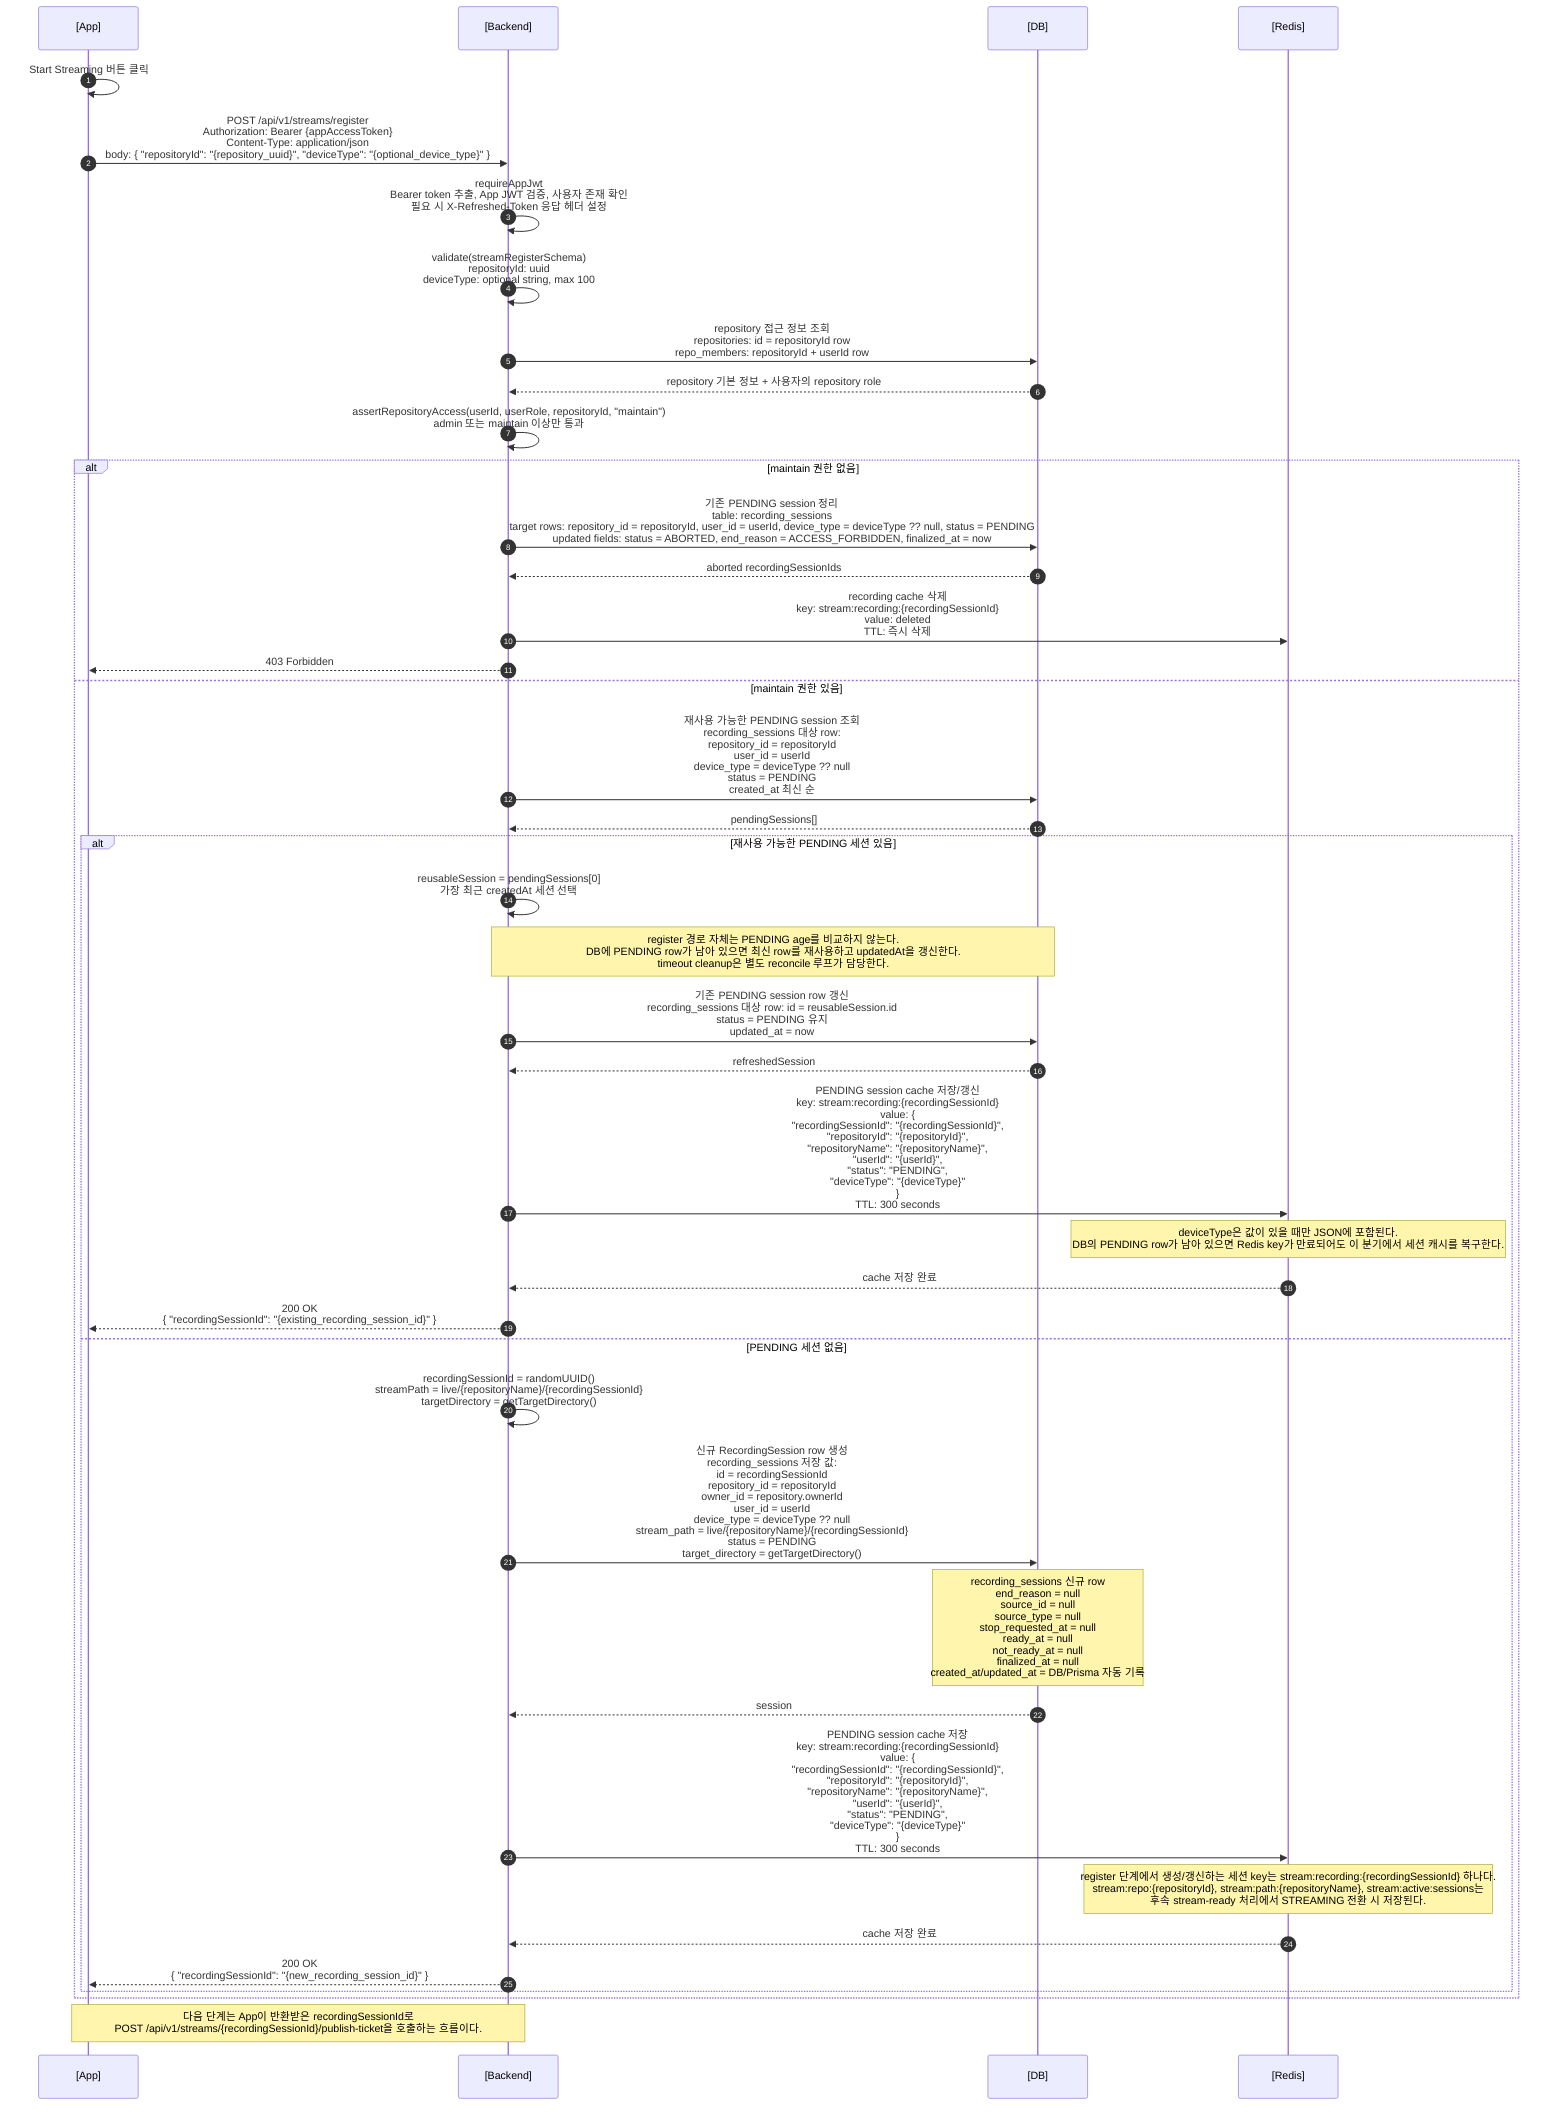
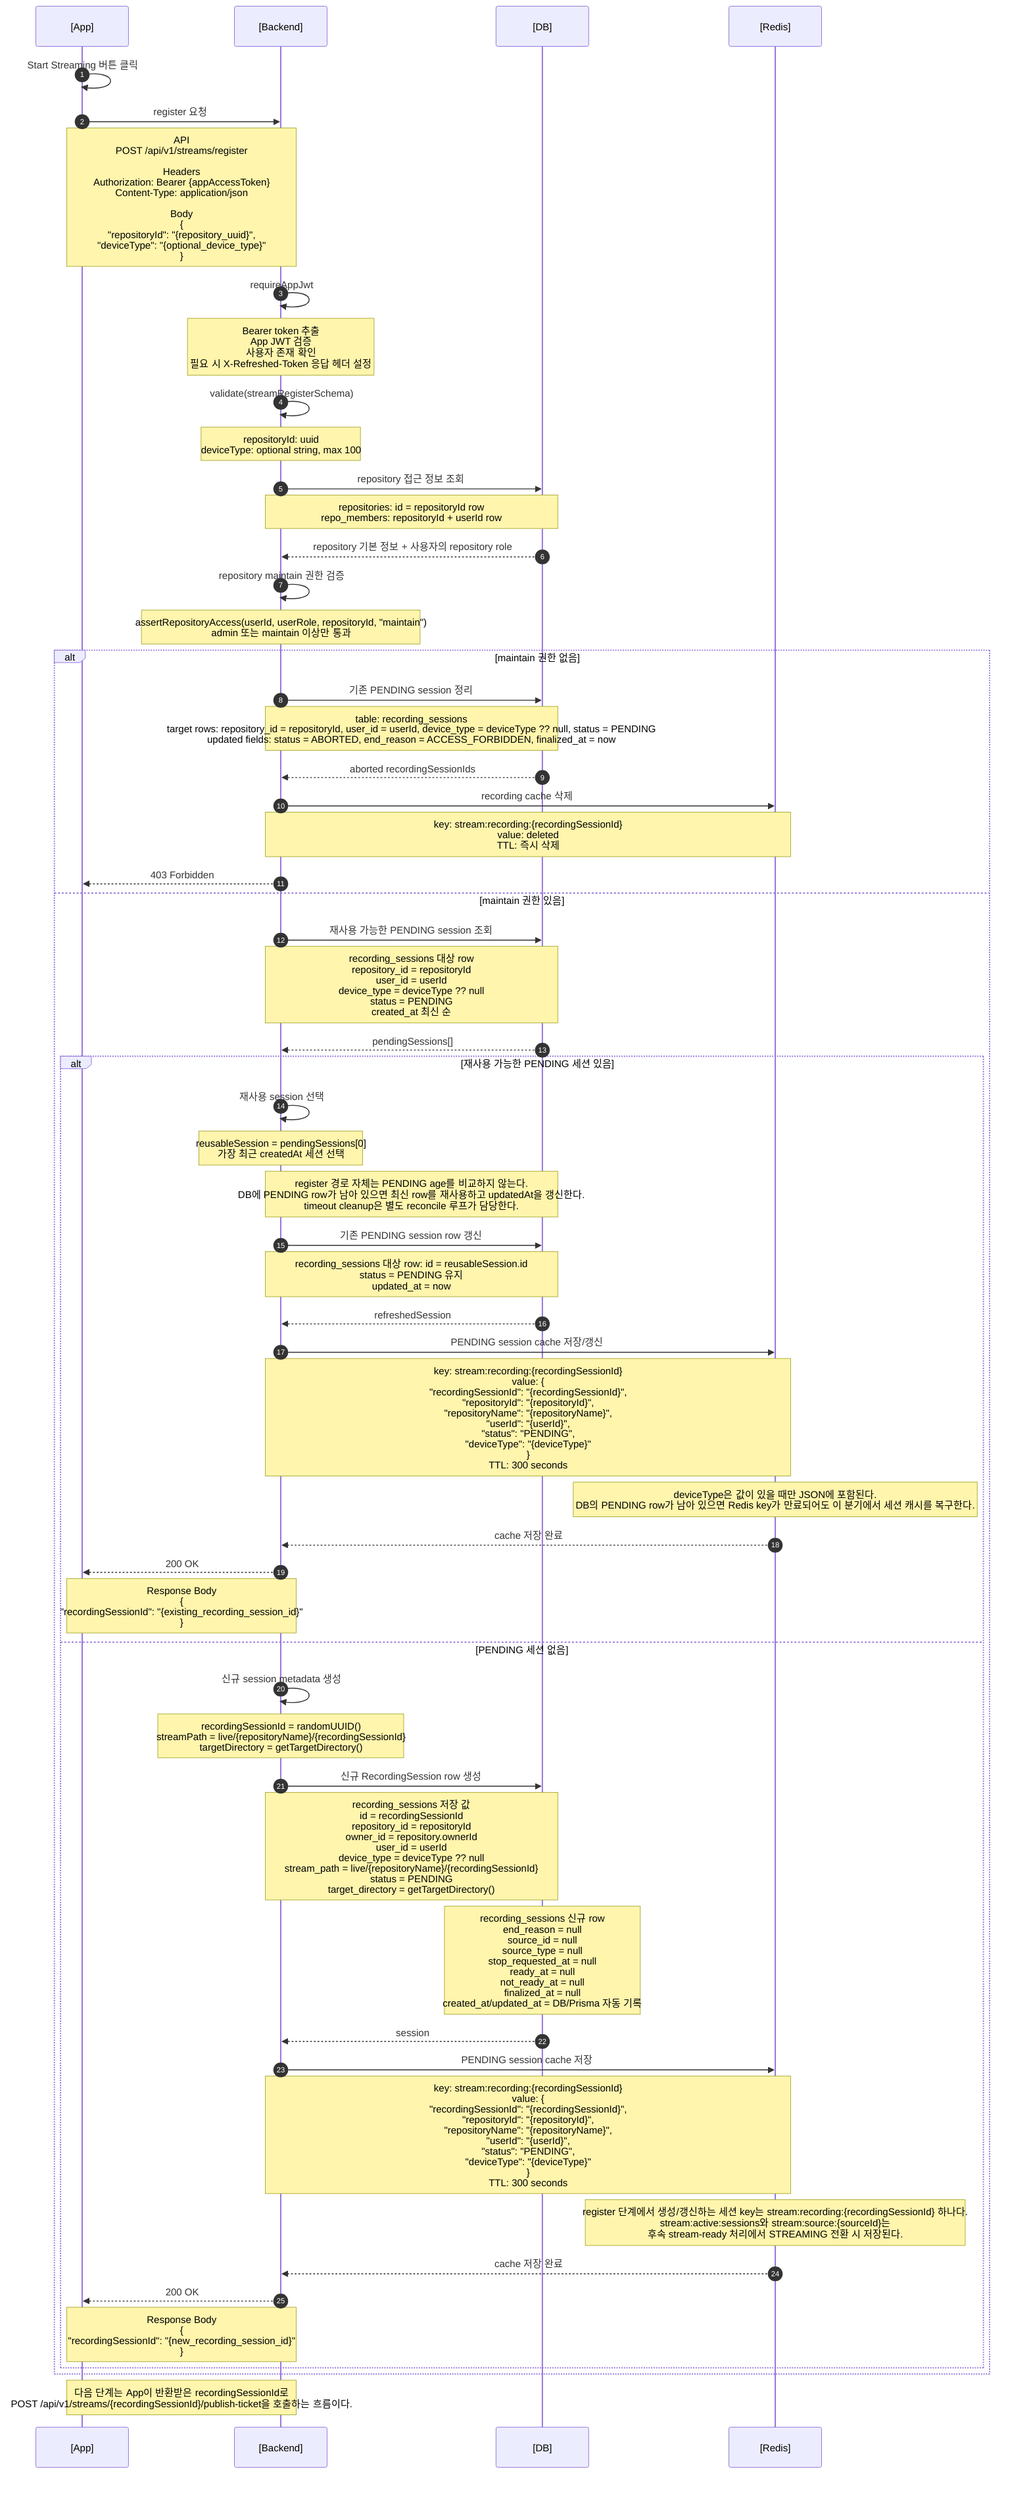
sequenceDiagram
  autonumber
  participant App as [App]
  participant Backend as [Backend]
  participant DB as [DB]
  participant Redis as [Redis]

  App->>App: Start Streaming 버튼 클릭
-   App->>Backend: POST /api/v1/streams/register<br/>Authorization: Bearer {appAccessToken}<br/>Content-Type: application/json<br/>body: { "repositoryId": "{repository_uuid}", "deviceType": "{optional_device_type}" }
+   App->>Backend: register 요청
+   Note over App,Backend: API<br/>POST /api/v1/streams/register<br/><br/>Headers<br/>Authorization: Bearer {appAccessToken}<br/>Content-Type: application/json<br/><br/>Body<br/>{<br/>  "repositoryId": "{repository_uuid}",<br/>  "deviceType": "{optional_device_type}"<br/>}

-   Backend->>Backend: requireAppJwt<br/>Bearer token 추출, App JWT 검증, 사용자 존재 확인<br/>필요 시 X-Refreshed-Token 응답 헤더 설정
-   Backend->>Backend: validate(streamRegisterSchema)<br/>repositoryId: uuid<br/>deviceType: optional string, max 100
+   Backend->>Backend: requireAppJwt
+   Note over Backend: Bearer token 추출<br/>App JWT 검증<br/>사용자 존재 확인<br/>필요 시 X-Refreshed-Token 응답 헤더 설정
+   Backend->>Backend: validate(streamRegisterSchema)
+   Note over Backend: repositoryId: uuid<br/>deviceType: optional string, max 100

-   Backend->>DB: repository 접근 정보 조회<br/>repositories: id = repositoryId row<br/>repo_members: repositoryId + userId row
+   Backend->>DB: repository 접근 정보 조회
+   Note over Backend,DB: repositories: id = repositoryId row<br/>repo_members: repositoryId + userId row
  DB-->>Backend: repository 기본 정보 + 사용자의 repository role
-   Backend->>Backend: assertRepositoryAccess(userId, userRole, repositoryId, "maintain")<br/>admin 또는 maintain 이상만 통과
+   Backend->>Backend: repository maintain 권한 검증
+   Note over Backend: assertRepositoryAccess(userId, userRole, repositoryId, "maintain")<br/>admin 또는 maintain 이상만 통과

  alt maintain 권한 없음
-     Backend->>DB: 기존 PENDING session 정리<br/>table: recording_sessions<br/>target rows: repository_id = repositoryId, user_id = userId, device_type = deviceType ?? null, status = PENDING<br/>updated fields: status = ABORTED, end_reason = ACCESS_FORBIDDEN, finalized_at = now
+     Backend->>DB: 기존 PENDING session 정리
+     Note over Backend,DB: table: recording_sessions<br/>target rows: repository_id = repositoryId, user_id = userId, device_type = deviceType ?? null, status = PENDING<br/>updated fields: status = ABORTED, end_reason = ACCESS_FORBIDDEN, finalized_at = now
    DB-->>Backend: aborted recordingSessionIds
-     Backend->>Redis: recording cache 삭제<br/>key: stream:recording:{recordingSessionId}<br/>value: deleted<br/>TTL: 즉시 삭제
+     Backend->>Redis: recording cache 삭제
+     Note over Backend,Redis: key: stream:recording:{recordingSessionId}<br/>value: deleted<br/>TTL: 즉시 삭제
    Backend-->>App: 403 Forbidden
  else maintain 권한 있음
-     Backend->>DB: 재사용 가능한 PENDING session 조회<br/>recording_sessions 대상 row:<br/>repository_id = repositoryId<br/>user_id = userId<br/>device_type = deviceType ?? null<br/>status = PENDING<br/>created_at 최신 순
+     Backend->>DB: 재사용 가능한 PENDING session 조회
+     Note over Backend,DB: recording_sessions 대상 row<br/>repository_id = repositoryId<br/>user_id = userId<br/>device_type = deviceType ?? null<br/>status = PENDING<br/>created_at 최신 순
    DB-->>Backend: pendingSessions[]

    alt 재사용 가능한 PENDING 세션 있음
-       Backend->>Backend: reusableSession = pendingSessions[0]<br/>가장 최근 createdAt 세션 선택
+       Backend->>Backend: 재사용 session 선택
+       Note over Backend: reusableSession = pendingSessions[0]<br/>가장 최근 createdAt 세션 선택
      Note over Backend,DB: register 경로 자체는 PENDING age를 비교하지 않는다.<br/>DB에 PENDING row가 남아 있으면 최신 row를 재사용하고 updatedAt을 갱신한다.<br/>timeout cleanup은 별도 reconcile 루프가 담당한다.
-       Backend->>DB: 기존 PENDING session row 갱신<br/>recording_sessions 대상 row: id = reusableSession.id<br/>status = PENDING 유지<br/>updated_at = now
+       Backend->>DB: 기존 PENDING session row 갱신
+       Note over Backend,DB: recording_sessions 대상 row: id = reusableSession.id<br/>status = PENDING 유지<br/>updated_at = now
      DB-->>Backend: refreshedSession
-       Backend->>Redis: PENDING session cache 저장/갱신<br/>key: stream:recording:{recordingSessionId}<br/>value: {<br/>  "recordingSessionId": "{recordingSessionId}",<br/>  "repositoryId": "{repositoryId}",<br/>  "repositoryName": "{repositoryName}",<br/>  "userId": "{userId}",<br/>  "status": "PENDING",<br/>  "deviceType": "{deviceType}"<br/>}<br/>TTL: 300 seconds
+       Backend->>Redis: PENDING session cache 저장/갱신
+       Note over Backend,Redis: key: stream:recording:{recordingSessionId}<br/>value: {<br/>  "recordingSessionId": "{recordingSessionId}",<br/>  "repositoryId": "{repositoryId}",<br/>  "repositoryName": "{repositoryName}",<br/>  "userId": "{userId}",<br/>  "status": "PENDING",<br/>  "deviceType": "{deviceType}"<br/>}<br/>TTL: 300 seconds
      Note over Redis: deviceType은 값이 있을 때만 JSON에 포함된다.<br/>DB의 PENDING row가 남아 있으면 Redis key가 만료되어도 이 분기에서 세션 캐시를 복구한다.
      Redis-->>Backend: cache 저장 완료
-       Backend-->>App: 200 OK<br/>{ "recordingSessionId": "{existing_recording_session_id}" }
+       Backend-->>App: 200 OK
+       Note over App,Backend: Response Body<br/>{<br/>  "recordingSessionId": "{existing_recording_session_id}"<br/>}
    else PENDING 세션 없음
-       Backend->>Backend: recordingSessionId = randomUUID()<br/>streamPath = live/{repositoryName}/{recordingSessionId}<br/>targetDirectory = getTargetDirectory()
-       Backend->>DB: 신규 RecordingSession row 생성<br/>recording_sessions 저장 값:<br/>id = recordingSessionId<br/>repository_id = repositoryId<br/>owner_id = repository.ownerId<br/>user_id = userId<br/>device_type = deviceType ?? null<br/>stream_path = live/{repositoryName}/{recordingSessionId}<br/>status = PENDING<br/>target_directory = getTargetDirectory()
+       Backend->>Backend: 신규 session metadata 생성
+       Note over Backend: recordingSessionId = randomUUID()<br/>streamPath = live/{repositoryName}/{recordingSessionId}<br/>targetDirectory = getTargetDirectory()
+       Backend->>DB: 신규 RecordingSession row 생성
+       Note over Backend,DB: recording_sessions 저장 값<br/>id = recordingSessionId<br/>repository_id = repositoryId<br/>owner_id = repository.ownerId<br/>user_id = userId<br/>device_type = deviceType ?? null<br/>stream_path = live/{repositoryName}/{recordingSessionId}<br/>status = PENDING<br/>target_directory = getTargetDirectory()
      Note over DB: recording_sessions 신규 row<br/>end_reason = null<br/>source_id = null<br/>source_type = null<br/>stop_requested_at = null<br/>ready_at = null<br/>not_ready_at = null<br/>finalized_at = null<br/>created_at/updated_at = DB/Prisma 자동 기록
      DB-->>Backend: session
-       Backend->>Redis: PENDING session cache 저장<br/>key: stream:recording:{recordingSessionId}<br/>value: {<br/>  "recordingSessionId": "{recordingSessionId}",<br/>  "repositoryId": "{repositoryId}",<br/>  "repositoryName": "{repositoryName}",<br/>  "userId": "{userId}",<br/>  "status": "PENDING",<br/>  "deviceType": "{deviceType}"<br/>}<br/>TTL: 300 seconds
-       Note over Redis: register 단계에서 생성/갱신하는 세션 key는 stream:recording:{recordingSessionId} 하나다.<br/>stream:repo:{repositoryId}, stream:path:{repositoryName}, stream:active:sessions는<br/>후속 stream-ready 처리에서 STREAMING 전환 시 저장된다.
+       Backend->>Redis: PENDING session cache 저장
+       Note over Backend,Redis: key: stream:recording:{recordingSessionId}<br/>value: {<br/>  "recordingSessionId": "{recordingSessionId}",<br/>  "repositoryId": "{repositoryId}",<br/>  "repositoryName": "{repositoryName}",<br/>  "userId": "{userId}",<br/>  "status": "PENDING",<br/>  "deviceType": "{deviceType}"<br/>}<br/>TTL: 300 seconds
+       Note over Redis: register 단계에서 생성/갱신하는 세션 key는 stream:recording:{recordingSessionId} 하나다.<br/>stream:active:sessions와 stream:source:{sourceId}는<br/>후속 stream-ready 처리에서 STREAMING 전환 시 저장된다.
      Redis-->>Backend: cache 저장 완료
-       Backend-->>App: 200 OK<br/>{ "recordingSessionId": "{new_recording_session_id}" }
+       Backend-->>App: 200 OK
+       Note over App,Backend: Response Body<br/>{<br/>  "recordingSessionId": "{new_recording_session_id}"<br/>}
    end
  end

  Note over App,Backend: 다음 단계는 App이 반환받은 recordingSessionId로<br/>POST /api/v1/streams/{recordingSessionId}/publish-ticket을 호출하는 흐름이다.
